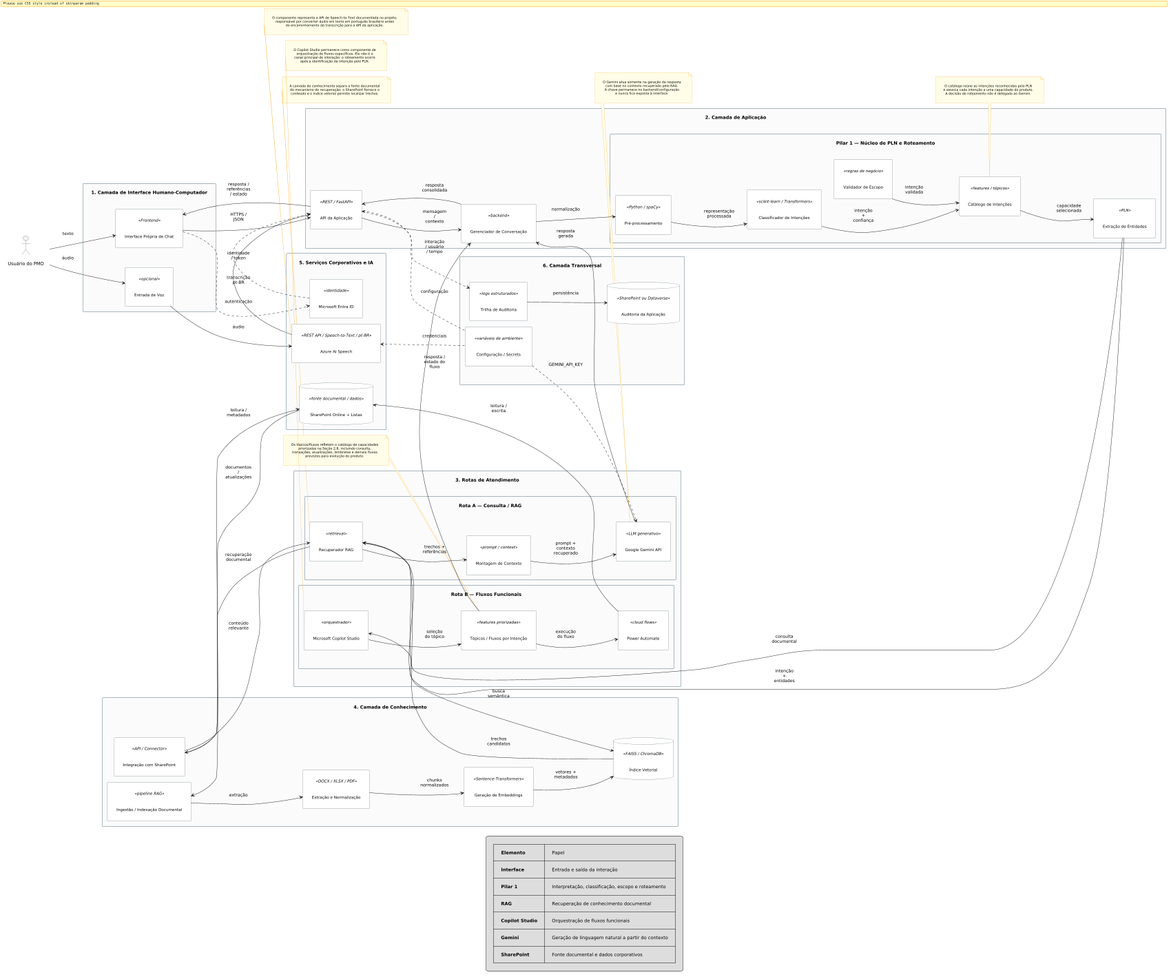
The PlantUML diagram docs/img/componentes-metro-5.2.png in jjalmeidadev/oneshot, before a commit.
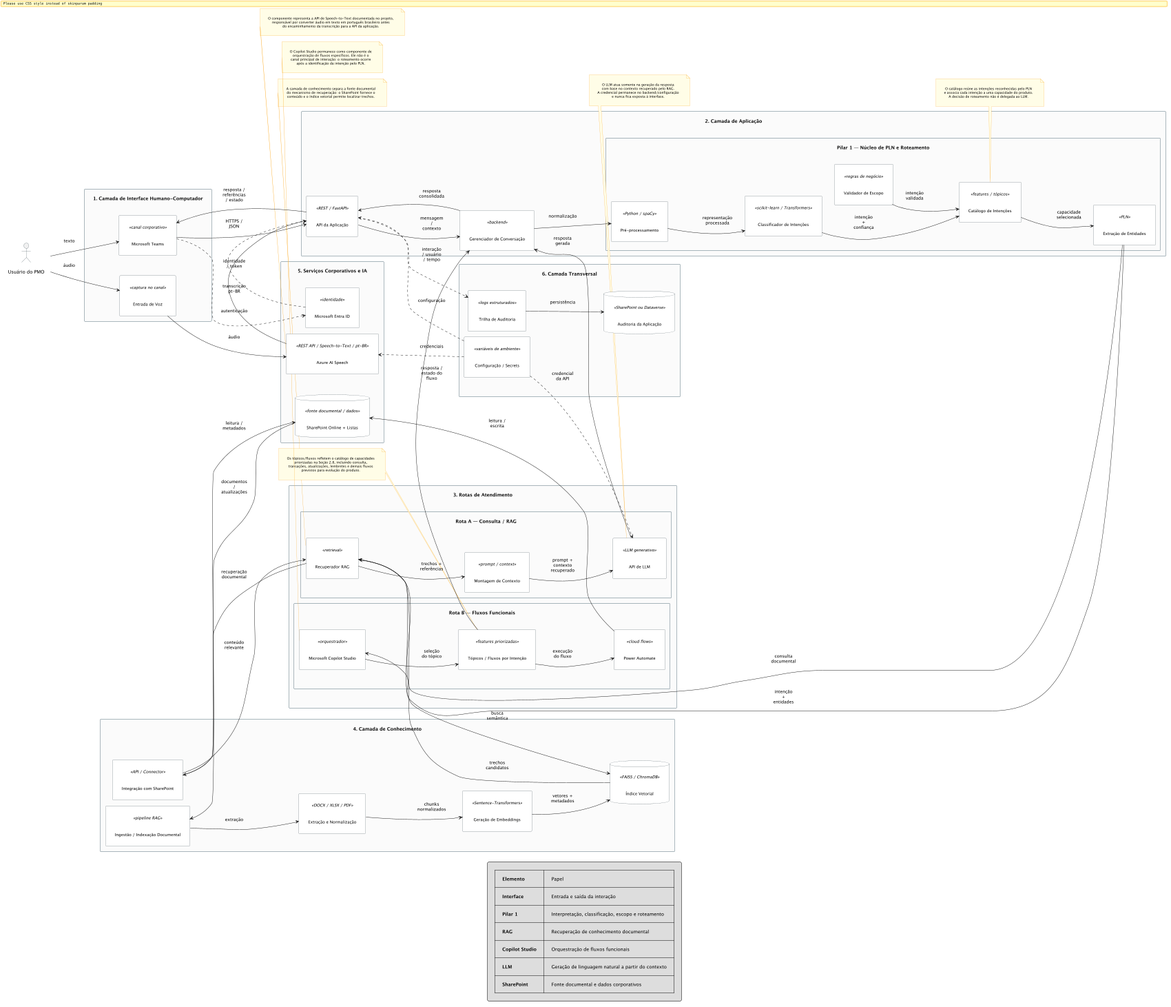
Later version of the same file.

Diff of the diagram source:
```diff
@@ -1,4 +1,4 @@
-@startuml
+@startuml componentes-metro-5.2-espacado-v3
 
 !pragma layout smetana
 left to right direction
@@ -42,8 +42,8 @@
 actor "Usuário do PMO" as Usuario
 
 package "1. Camada de Interface Humano-Computador" as Interface {
-  component "Interface Própria de Chat" as Chat <<Frontend>>
-  component "Entrada de Voz" as Voz <<opcional>>
+  component "Microsoft Teams" as Chat <<canal corporativo>>
+  component "Entrada de Voz" as Voz <<captura no canal>>
 }
 
 package "2. Camada de Aplicação" as Aplicacao {
@@ -64,7 +64,7 @@
   package "Rota A — Consulta / RAG" as RAG {
     component "Recuperador RAG" as Retriever <<retrieval>>
     component "Montagem de Contexto" as Contexto <<prompt / context>>
-    component "Google Gemini API" as Gemini <<LLM generativo>>
+    component "API de LLM" as LLM <<LLM generativo>>
   }
 
   package "Rota B — Fluxos Funcionais" as Fluxos {
@@ -119,8 +119,8 @@
 SPAdapter --> SharePoint : leitura / metadados
 SPAdapter --> Retriever : conteúdo relevante
 Retriever --> Contexto : trechos + referências
-Contexto --> Gemini : prompt + contexto recuperado
-Gemini --> Conversa : resposta gerada
+Contexto --> LLM : prompt + contexto recuperado
+LLM --> Conversa : resposta gerada
 
 Copilot --> Topicos : seleção do tópico
 Topicos --> Automate : execução do fluxo
@@ -138,7 +138,7 @@
 API ..> Auditoria : interação / usuário / tempo
 Auditoria --> AuditStore : persistência
 
-Secrets ..> Gemini : GEMINI_API_KEY
+Secrets ..> LLM : credencial da API
 Secrets ..> Speech : credenciais
 Secrets ..> API : configuração
 
@@ -151,10 +151,10 @@
 RAG -[hidden]right- Fluxos
 Retriever -[hidden]right- Copilot
 Contexto -[hidden]right- Topicos
-Gemini -[hidden]right- Automate
+LLM -[hidden]right- Automate
 
 Retriever -[hidden]-> Contexto
-Contexto -[hidden]-> Gemini
+Contexto -[hidden]-> LLM
 Copilot -[hidden]-> Topicos
 Topicos -[hidden]-> Automate
 
@@ -170,17 +170,17 @@
 SharePoint -[hidden]right- Entra
 Entra -[hidden]right- Speech
 
-note top of Gemini
-O Gemini atua somente na geração da resposta
+note top of LLM
+O LLM atua somente na geração da resposta
 com base no contexto recuperado pelo RAG.
-A chave permanece no backend/configuração
+A credencial permanece no backend/configuração
 e nunca fica exposta à interface.
 end note
 
 note top of Catalogo
 O catálogo reúne as intenções reconhecidas pelo PLN
 e associa cada intenção a uma capacidade do produto.
-A decisão de roteamento não é delegada ao Gemini.
+A decisão de roteamento não é delegada ao LLM.
 end note
 
 note top of Retriever
@@ -215,7 +215,7 @@
   | <b>Pilar 1</b> | Interpretação, classificação, escopo e roteamento |
   | <b>RAG</b> | Recuperação de conhecimento documental |
   | <b>Copilot Studio</b> | Orquestração de fluxos funcionais |
-  | <b>Gemini</b> | Geração de linguagem natural a partir do contexto |
+  | <b>LLM</b> | Geração de linguagem natural a partir do contexto |
   | <b>SharePoint</b> | Fonte documental e dados corporativos |
 endlegend
 
```
